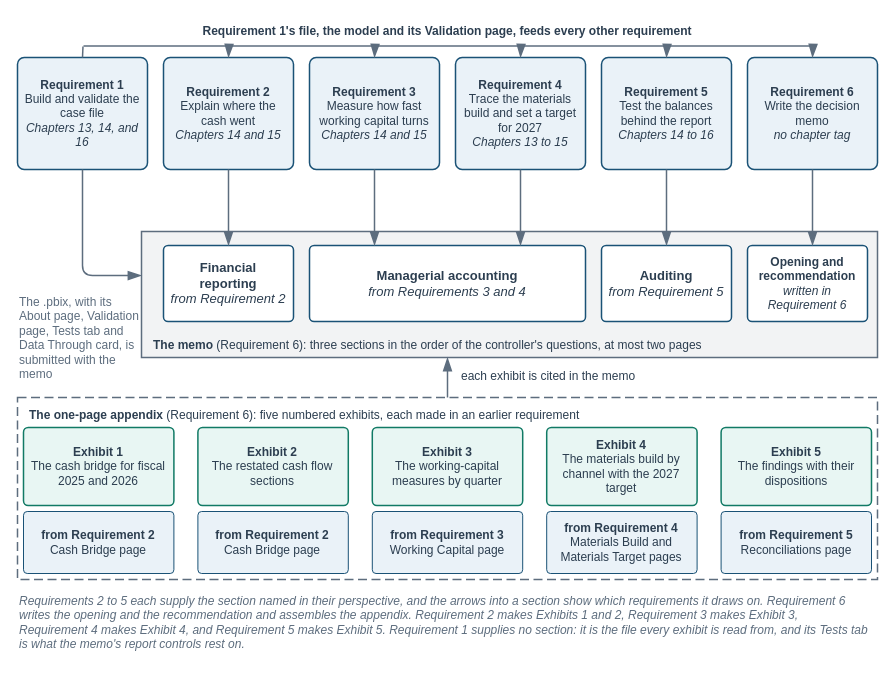
Above: facts/instructor/figures/case-part-4/IF-C4-0-A.drawio in mmcodesso/Accounting_Analytics_Book (draw.io), before the change. Source tidied: cells renumbered, new cells numbered last; positions are measured from the earlier drawing's top-left corner, leaving out a move shared by most shapes. Both pictures are drawn from the tidied source at 100%, with x=0, y=0 at pixel (17, 17).
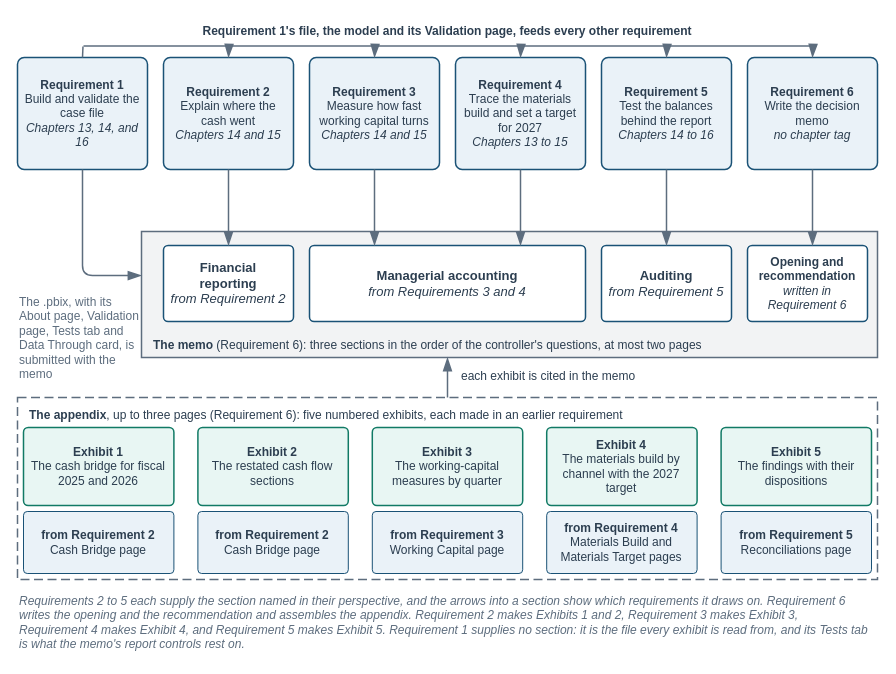
The same page after the edit.

What changed in the source:
```diff
@@
-    <mxCell id="41" value="&lt;b&gt;The one-page appendix&lt;/b&gt; (Requirement 6): five numbered exhibits, each made in an earlier requirement" style="text;html=1;whiteSpace=wrap;align=left;verticalAlign=top;fontSize=12;fontColor=#2C3E50;fontStyle=0;fontFamily=Helvetica;spacing=2;fillColor=none;strokeColor=none;" parent="1" vertex="1">
+    <mxCell id="41" value="&lt;b&gt;The appendix&lt;/b&gt;, up to three pages (Requirement 6): five numbered exhibits, each made in an earlier requirement" style="text;html=1;whiteSpace=wrap;align=left;verticalAlign=top;fontSize=12;fontColor=#2C3E50;fontStyle=0;fontFamily=Helvetica;spacing=2;fillColor=none;strokeColor=none;" parent="1" vertex="1">
       <mxGeometry x="10" y="384" width="800" height="22" as="geometry" />
     </mxCell>
```
